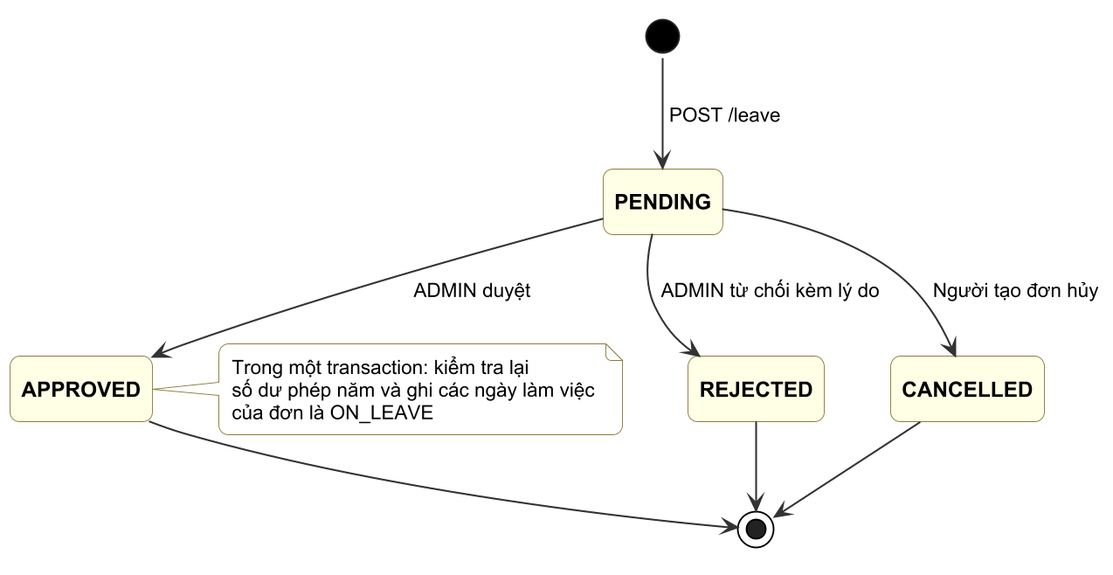
Before: docs/diagrams/H4-03-leave-state.png, a diagram exported from PlantUML (NguyenDang182005/khoa-luan). The source it was exported from:
```plantuml
@startuml
skinparamlocked dpi 180
!include _style.iuml
hide empty description
[*] --> PENDING : POST /leave
PENDING --> APPROVED : ADMIN duyệt
PENDING --> REJECTED : ADMIN từ chối kèm lý do
PENDING --> CANCELLED : Người tạo đơn hủy
APPROVED --> [*]
REJECTED --> [*]
CANCELLED --> [*]
note right of APPROVED
  Trong một transaction: kiểm tra lại
  số dư phép năm và ghi các ngày làm việc
  của đơn là ON_LEAVE
end note
@enduml
```
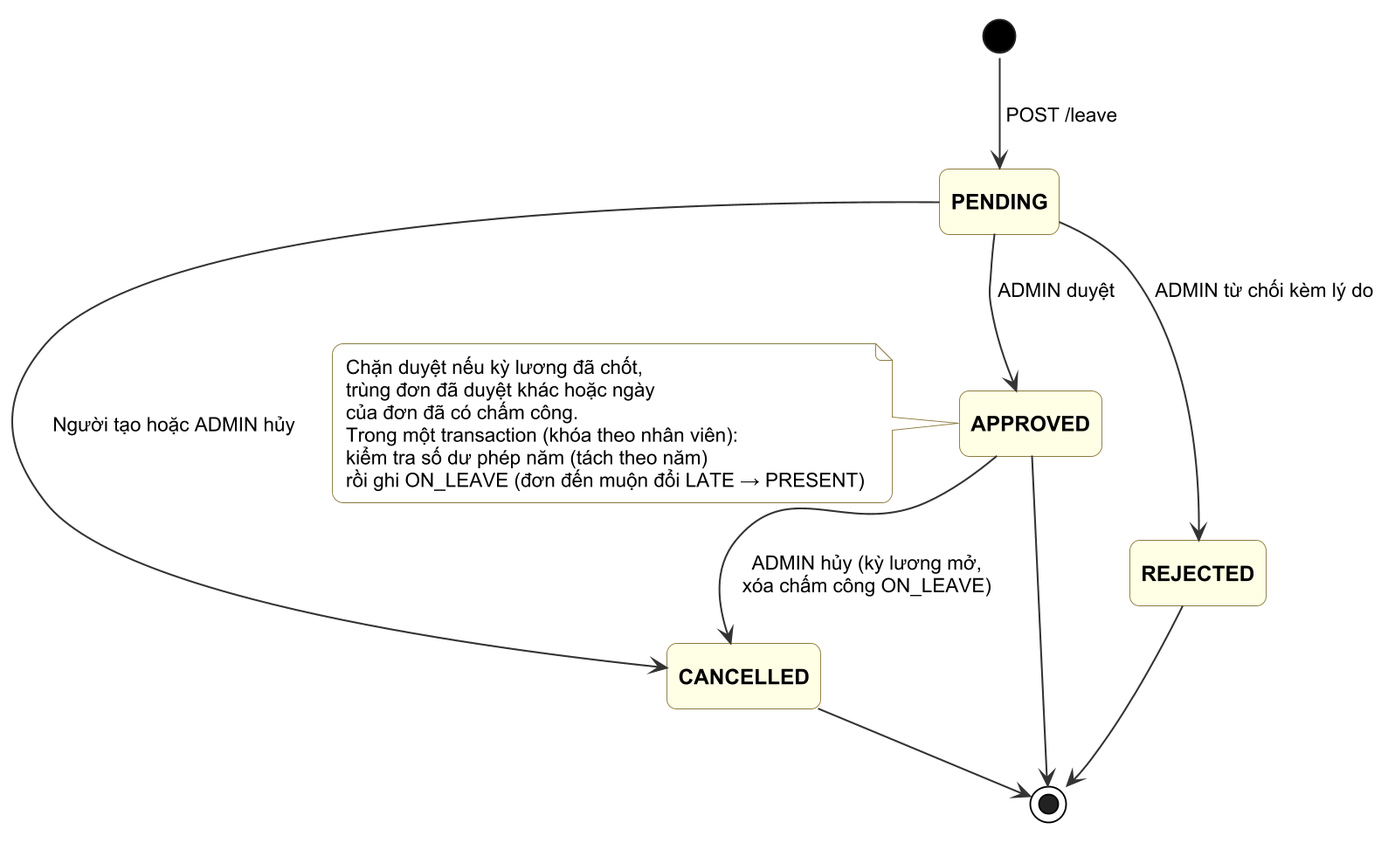
After the commit.

Diff of the diagram source:
```diff
@@ -5,13 +5,17 @@
 [*] --> PENDING : POST /leave
 PENDING --> APPROVED : ADMIN duyệt
 PENDING --> REJECTED : ADMIN từ chối kèm lý do
-PENDING --> CANCELLED : Người tạo đơn hủy
+PENDING --> CANCELLED : Người tạo hoặc ADMIN hủy
+APPROVED --> CANCELLED : ADMIN hủy (kỳ lương mở,\nxóa chấm công ON_LEAVE)
 APPROVED --> [*]
 REJECTED --> [*]
 CANCELLED --> [*]
-note right of APPROVED
-  Trong một transaction: kiểm tra lại
-  số dư phép năm và ghi các ngày làm việc
-  của đơn là ON_LEAVE
+note left of APPROVED
+  Chặn duyệt nếu kỳ lương đã chốt,
+  trùng đơn đã duyệt khác hoặc ngày
+  của đơn đã có chấm công.
+  Trong một transaction (khóa theo nhân viên):
+  kiểm tra số dư phép năm (tách theo năm)
+  rồi ghi ON_LEAVE (đơn đến muộn đổi LATE → PRESENT)
 end note
 @enduml
```
